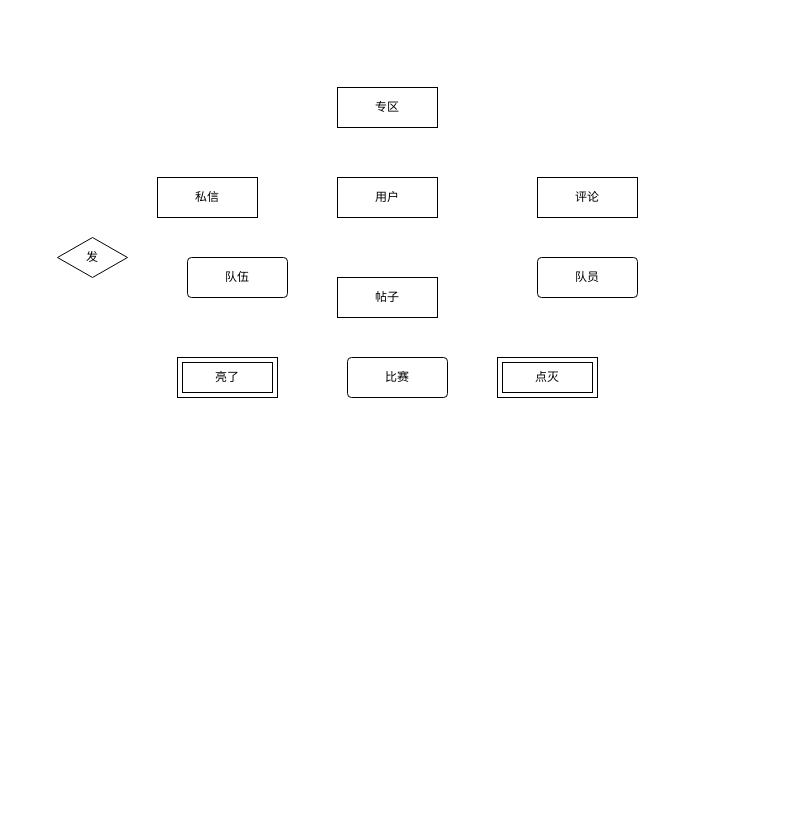
This is 虎扑ER.drawio from ssssszj/Drawio, a draw.io file, before an edit. Source tidied: cells renumbered, new cells numbered last; positions are measured from the earlier drawing's top-left corner, leaving out a move shared by most shapes. Both pictures are drawn from the tidied source at 100%, with x=0, y=0 at pixel (57, 87).
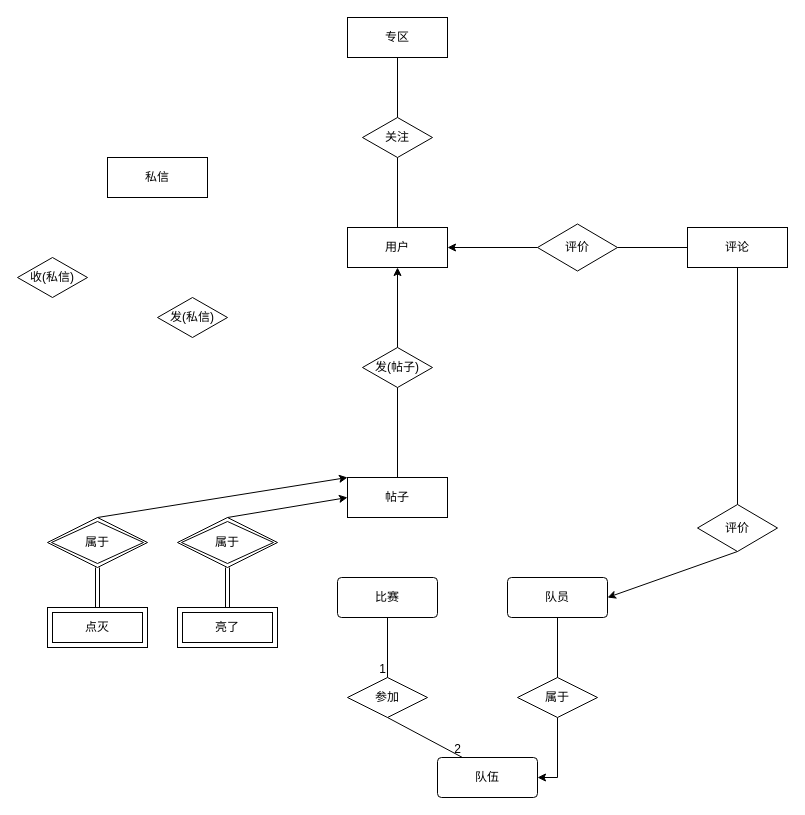
The same page after the edit.

The edit, as a diff of the source:
```diff
@@
     <mxCell id="2" value="用户" style="whiteSpace=wrap;html=1;align=center;" parent="1" vertex="1">
-      <mxGeometry x="280" y="90" width="100" height="40" as="geometry" />
+      <mxGeometry x="290" y="140" width="100" height="40" as="geometry" />
     </mxCell>
     <mxCell id="3" value="帖子" style="whiteSpace=wrap;html=1;align=center;" parent="1" vertex="1">
-      <mxGeometry x="280" y="190" width="100" height="40" as="geometry" />
+      <mxGeometry x="290" y="390" width="100" height="40" as="geometry" />
     </mxCell>
     <mxCell id="4" value="专区" style="whiteSpace=wrap;html=1;align=center;" parent="1" vertex="1">
-      <mxGeometry x="280" width="100" height="40" as="geometry" />
+      <mxGeometry x="290" y="-70" width="100" height="40" as="geometry" />
     </mxCell>
     <mxCell id="5" value="私信" style="whiteSpace=wrap;html=1;align=center;" parent="1" vertex="1">
-      <mxGeometry x="100" y="90" width="100" height="40" as="geometry" />
+      <mxGeometry x="50" y="70" width="100" height="40" as="geometry" />
     </mxCell>
     <mxCell id="6" value="评论" style="whiteSpace=wrap;html=1;align=center;" parent="1" vertex="1">
-      <mxGeometry x="480" y="90" width="100" height="40" as="geometry" />
+      <mxGeometry x="630" y="140" width="100" height="40" as="geometry" />
     </mxCell>
     <mxCell id="7" value="亮了" style="shape=ext;margin=3;double=1;whiteSpace=wrap;html=1;align=center;" parent="1" vertex="1">
-      <mxGeometry x="120" y="270" width="100" height="40" as="geometry" />
+      <mxGeometry x="120" y="520" width="100" height="40" as="geometry" />
     </mxCell>
     <mxCell id="8" value="点灭" style="shape=ext;margin=3;double=1;whiteSpace=wrap;html=1;align=center;" parent="1" vertex="1">
-      <mxGeometry x="440" y="270" width="100" height="40" as="geometry" />
+      <mxGeometry x="-10" y="520" width="100" height="40" as="geometry" />
     </mxCell>
-    <mxCell id="9" value="发" style="shape=rhombus;perimeter=rhombusPerimeter;whiteSpace=wrap;html=1;align=center;" parent="1" vertex="1">
-      <mxGeometry y="150" width="70" height="40" as="geometry" />
+    <mxCell id="9" value="发(帖子)" style="shape=rhombus;perimeter=rhombusPerimeter;whiteSpace=wrap;html=1;align=center;" parent="1" vertex="1">
+      <mxGeometry x="305" y="260" width="70" height="40" as="geometry" />
     </mxCell>
     <mxCell id="10" value="队伍" style="rounded=1;arcSize=10;whiteSpace=wrap;html=1;align=center;" parent="1" vertex="1">
-      <mxGeometry x="130" y="170" width="100" height="40" as="geometry" />
+      <mxGeometry x="380" y="670" width="100" height="40" as="geometry" />
     </mxCell>
     <mxCell id="11" value="队员" style="rounded=1;arcSize=10;whiteSpace=wrap;html=1;align=center;" parent="1" vertex="1">
-      <mxGeometry x="480" y="170" width="100" height="40" as="geometry" />
+      <mxGeometry x="450" y="490" width="100" height="40" as="geometry" />
     </mxCell>
     <mxCell id="12" value="比赛" style="rounded=1;arcSize=10;whiteSpace=wrap;html=1;align=center;" parent="1" vertex="1">
-      <mxGeometry x="290" y="270" width="100" height="40" as="geometry" />
+      <mxGeometry x="280" y="490" width="100" height="40" as="geometry" />
     </mxCell>
+    <mxCell id="13" style="edgeStyle=orthogonalEdgeStyle;rounded=0;jettySize=auto;html=1;exitX=0.5;exitY=1;exitDx=0;exitDy=0;entryX=1;entryY=0.5;entryDx=0;entryDy=0;" parent="1" edge="1" source="14" target="10">
+      <mxGeometry relative="1" as="geometry" />
+    </mxCell>
+    <mxCell id="14" value="属于" style="rhombus;whiteSpace=wrap;html=1;" parent="1" vertex="1">
+      <mxGeometry x="460" y="590" width="80" height="40" as="geometry" />
+    </mxCell>
+    <mxCell id="15" value="发(私信)" style="shape=rhombus;perimeter=rhombusPerimeter;whiteSpace=wrap;html=1;align=center;" parent="1" vertex="1">
+      <mxGeometry x="100" y="210" width="70" height="40" as="geometry" />
+    </mxCell>
+    <mxCell id="16" value="收(私信)" style="shape=rhombus;perimeter=rhombusPerimeter;whiteSpace=wrap;html=1;align=center;" parent="1" vertex="1">
+      <mxGeometry x="-40" y="170" width="70" height="40" as="geometry" />
+    </mxCell>
+    <mxCell id="17" style="endArrow=none;html=1;rounded=0;entryX=0.5;entryY=1;entryDx=0;entryDy=0;exitX=0.5;exitY=0;exitDx=0;exitDy=0;" parent="1" edge="1" source="14" target="11">
+      <mxGeometry relative="1" as="geometry" />
+    </mxCell>
+    <mxCell id="18" value="参加" style="rhombus;whiteSpace=wrap;html=1;" parent="1" vertex="1">
+      <mxGeometry x="290" y="590" width="80" height="40" as="geometry" />
+    </mxCell>
+    <mxCell id="19" style="endArrow=none;html=1;rounded=0;exitX=0.5;exitY=1;exitDx=0;exitDy=0;" parent="1" edge="1" source="12" target="18">
+      <mxGeometry relative="1" as="geometry" />
+    </mxCell>
+    <mxCell id="20" value="1" style="html=1;whiteSpace=wrap;align=right;verticalAlign=bottom;" parent="19" vertex="1">
+      <mxGeometry x="1" relative="1" as="geometry" />
+    </mxCell>
+    <mxCell id="21" style="endArrow=none;html=1;rounded=0;exitX=0.5;exitY=1;exitDx=0;exitDy=0;entryX=0.25;entryY=0;entryDx=0;entryDy=0;" parent="1" edge="1" source="18" target="10">
+      <mxGeometry relative="1" as="geometry" />
+    </mxCell>
+    <mxCell id="22" value="2" style="html=1;whiteSpace=wrap;align=right;verticalAlign=bottom;" parent="21" vertex="1">
+      <mxGeometry x="1" relative="1" as="geometry" />
+    </mxCell>
+    <mxCell id="23" value="关注" style="shape=rhombus;perimeter=rhombusPerimeter;whiteSpace=wrap;html=1;align=center;" parent="1" vertex="1">
+      <mxGeometry x="305" y="30" width="70" height="40" as="geometry" />
+    </mxCell>
+    <mxCell id="24" value="评价" style="rhombus;whiteSpace=wrap;html=1;" parent="1" vertex="1">
+      <mxGeometry x="640" y="417" width="80" height="47" as="geometry" />
+    </mxCell>
+    <mxCell id="25" style="endArrow=none;html=1;rounded=0;exitX=0.5;exitY=0;exitDx=0;exitDy=0;entryX=0.5;entryY=1;entryDx=0;entryDy=0;" parent="1" edge="1" source="24" target="6">
+      <mxGeometry relative="1" as="geometry" />
+    </mxCell>
+    <mxCell id="26" style="endArrow=classic;html=1;rounded=0;exitX=0.5;exitY=1;exitDx=0;exitDy=0;entryX=1;entryY=0.5;entryDx=0;entryDy=0;" parent="1" edge="1" source="24" target="11">
+      <mxGeometry relative="1" as="geometry" />
+    </mxCell>
+    <mxCell id="27" value="属于" style="shape=rhombus;double=1;perimeter=rhombusPerimeter;whiteSpace=wrap;html=1;align=center;" parent="1" vertex="1">
+      <mxGeometry x="-10" y="430" width="100" height="50" as="geometry" />
+    </mxCell>
+    <mxCell id="28" style="endArrow=none;html=1;rounded=0;exitX=0.5;exitY=0;exitDx=0;exitDy=0;entryX=0.5;entryY=1;entryDx=0;entryDy=0;" parent="1" edge="1" source="3" target="9">
+      <mxGeometry relative="1" as="geometry" />
+    </mxCell>
+    <mxCell id="29" style="shape=link;html=1;rounded=0;exitX=0.5;exitY=1;exitDx=0;exitDy=0;entryX=0.5;entryY=0;entryDx=0;entryDy=0;" parent="1" edge="1" source="27" target="8">
+      <mxGeometry relative="1" as="geometry" />
+    </mxCell>
+    <mxCell id="30" style="html=1;whiteSpace=wrap;align=right;verticalAlign=bottom;" parent="29" vertex="1">
+      <mxGeometry x="1" relative="1" as="geometry" />
+    </mxCell>
+    <mxCell id="31" style="endArrow=classic;html=1;rounded=0;entryX=0.5;entryY=1;entryDx=0;entryDy=0;exitX=0.5;exitY=0;exitDx=0;exitDy=0;" parent="1" edge="1" source="9" target="2">
+      <mxGeometry relative="1" as="geometry" />
+    </mxCell>
+    <mxCell id="32" style="endArrow=classic;html=1;rounded=0;exitX=0.5;exitY=0;exitDx=0;exitDy=0;entryX=0;entryY=0;entryDx=0;entryDy=0;" parent="1" edge="1" source="27" target="3">
+      <mxGeometry relative="1" as="geometry" />
+    </mxCell>
+    <mxCell id="33" value="属于" style="shape=rhombus;double=1;perimeter=rhombusPerimeter;whiteSpace=wrap;html=1;align=center;" parent="1" vertex="1">
+      <mxGeometry x="120" y="430" width="100" height="50" as="geometry" />
+    </mxCell>
+    <mxCell id="34" style="shape=link;html=1;rounded=0;exitX=0.5;exitY=1;exitDx=0;exitDy=0;entryX=0.5;entryY=0;entryDx=0;entryDy=0;" parent="1" edge="1" source="33" target="7">
+      <mxGeometry relative="1" as="geometry" />
+    </mxCell>
+    <mxCell id="35" style="html=1;whiteSpace=wrap;align=right;verticalAlign=bottom;" parent="34" vertex="1">
+      <mxGeometry x="1" relative="1" as="geometry" />
+    </mxCell>
+    <mxCell id="36" style="endArrow=classic;html=1;rounded=0;exitX=0.5;exitY=0;exitDx=0;exitDy=0;entryX=0;entryY=0.5;entryDx=0;entryDy=0;" parent="1" edge="1" source="33" target="3">
+      <mxGeometry relative="1" as="geometry" />
+    </mxCell>
+    <mxCell id="37" style="endArrow=none;html=1;rounded=0;exitX=0.5;exitY=0;exitDx=0;exitDy=0;entryX=0.5;entryY=1;entryDx=0;entryDy=0;" parent="1" edge="1" source="23" target="4">
+      <mxGeometry relative="1" as="geometry" />
+    </mxCell>
+    <mxCell id="38" style="endArrow=none;html=1;rounded=0;entryX=0.5;entryY=1;entryDx=0;entryDy=0;exitX=0.5;exitY=0;exitDx=0;exitDy=0;" parent="1" edge="1" source="2" target="23">
+      <mxGeometry relative="1" as="geometry" />
+    </mxCell>
+    <mxCell id="39" value="评价" style="rhombus;whiteSpace=wrap;html=1;" parent="1" vertex="1">
+      <mxGeometry x="480" y="136.5" width="80" height="47" as="geometry" />
+    </mxCell>
+    <mxCell id="40" style="endArrow=none;html=1;rounded=0;exitX=1;exitY=0.5;exitDx=0;exitDy=0;entryX=0;entryY=0.5;entryDx=0;entryDy=0;" parent="1" edge="1" source="39" target="6">
+      <mxGeometry relative="1" as="geometry" />
+    </mxCell>
+    <mxCell id="41" style="endArrow=classic;html=1;rounded=0;exitX=0;exitY=0.5;exitDx=0;exitDy=0;" parent="1" edge="1" source="39">
+      <mxGeometry relative="1" as="geometry">
+        <mxPoint x="390" y="160" as="targetPoint" />
+      </mxGeometry>
+    </mxCell>
```
